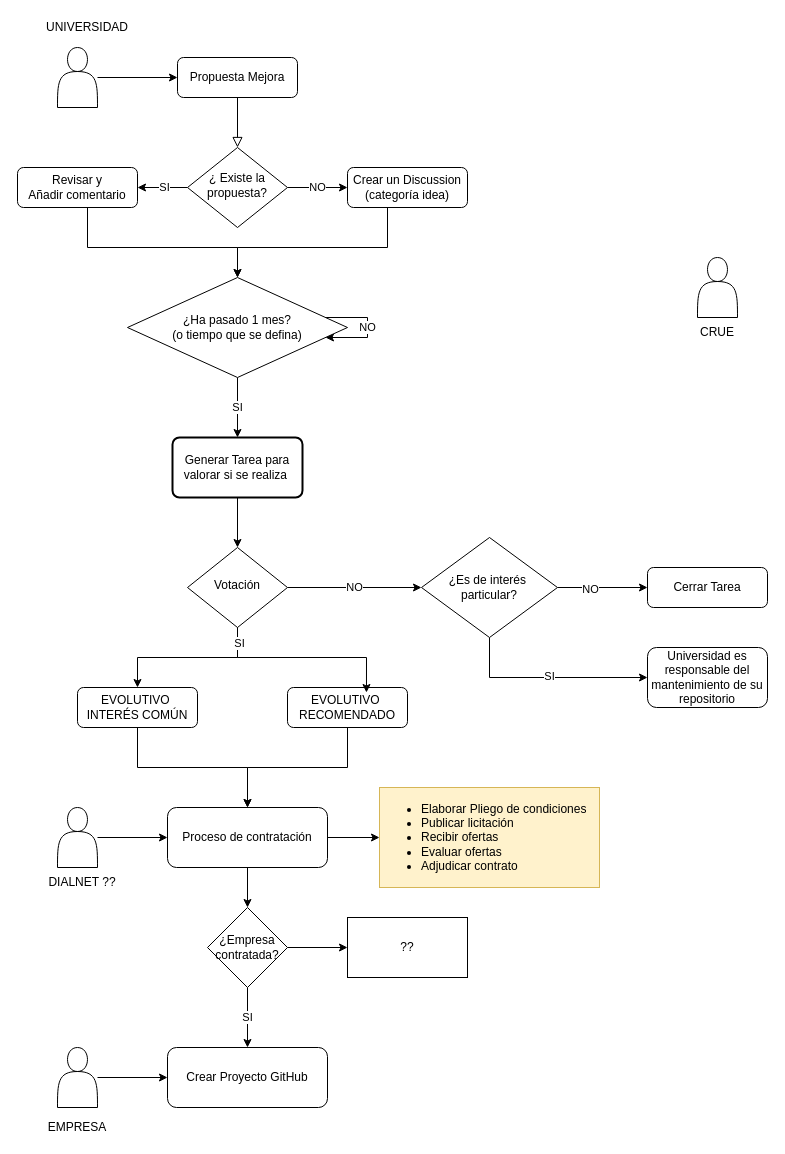
Before: docs/usuario/SugerenciaMejora.drawio in dialrepo/Hercules_SGI, a draw.io diagram. Source tidied: cells renumbered, new cells numbered last; positions are measured from the earlier drawing's top-left corner, leaving out a move shared by most shapes. Both pictures are drawn from the tidied source at 100%, with x=0, y=0 at pixel (17, 17).
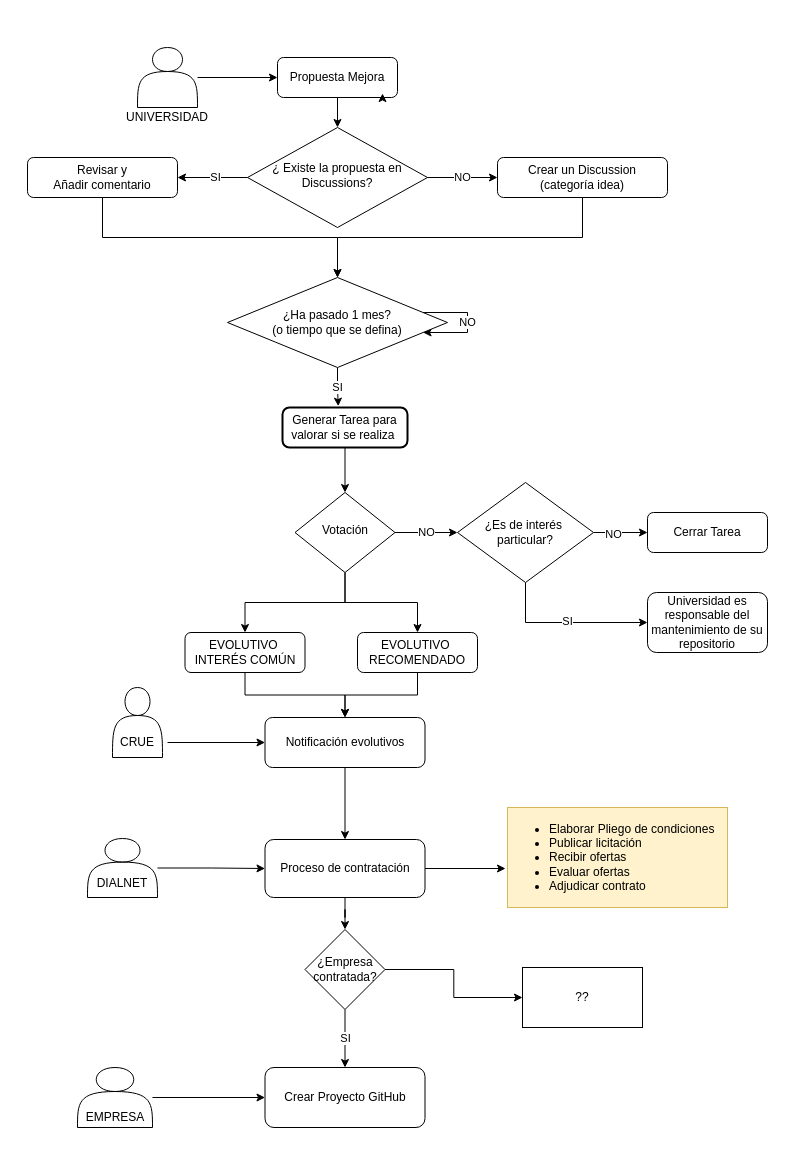
Above is the later version.

The edit, as a diff of the source:
```diff
@@
-    <mxCell id="2" style="rounded=0;html=1;jettySize=auto;fontSize=11;endArrow=block;endFill=0;endSize=8;strokeWidth=1;shadow=0;labelBackgroundColor=none;edgeStyle=orthogonalEdgeStyle;" parent="1" edge="1" source="3" target="7">
+    <mxCell id="2" style="edgeStyle=orthogonalEdgeStyle;rounded=0;jettySize=auto;html=1;" parent="1" edge="1" source="3" target="7">
       <mxGeometry relative="1" as="geometry" />
     </mxCell>
     <mxCell id="3" value="Propuesta Mejora" style="rounded=1;whiteSpace=wrap;html=1;fontSize=12;glass=0;strokeWidth=1;shadow=0;" parent="1" vertex="1">
-      <mxGeometry x="160" y="40" width="120" height="40" as="geometry" />
+      <mxGeometry x="260" y="40" width="120" height="40" as="geometry" />
     </mxCell>
@@
-    <mxCell id="7" value="¿ Existe la propuesta?" style="rhombus;whiteSpace=wrap;html=1;shadow=0;fontFamily=Helvetica;fontSize=12;align=center;strokeWidth=1;spacing=6;spacingTop=-4;" parent="1" vertex="1">
-      <mxGeometry x="170" y="130" width="100" height="80" as="geometry" />
+    <mxCell id="7" value="¿ Existe la propuesta en&lt;div&gt;Discussions?&lt;/div&gt;" style="rhombus;whiteSpace=wrap;html=1;shadow=0;fontFamily=Helvetica;fontSize=12;align=center;strokeWidth=1;spacing=6;spacingTop=-4;" parent="1" vertex="1">
+      <mxGeometry x="230" y="110" width="180" height="100" as="geometry" />
     </mxCell>
+    <mxCell id="20" style="edgeStyle=orthogonalEdgeStyle;rounded=0;jettySize=auto;html=1;" parent="1" edge="1" source="8" target="23">
+      <mxGeometry relative="1" as="geometry">
+        <Array as="points">
+          <mxPoint x="565" y="220" />
+          <mxPoint x="320" y="220" />
+        </Array>
+      </mxGeometry>
+    </mxCell>
     <mxCell id="8" value="Crear un Discussion&lt;div&gt;(categoría idea)&lt;/div&gt;" style="rounded=1;whiteSpace=wrap;html=1;fontSize=12;glass=0;strokeWidth=1;shadow=0;" parent="1" vertex="1">
-      <mxGeometry x="330" y="150" width="120" height="40" as="geometry" />
+      <mxGeometry x="480" y="140" width="170" height="40" as="geometry" />
     </mxCell>
@@
+    <mxCell id="28" style="edgeStyle=orthogonalEdgeStyle;rounded=0;jettySize=auto;html=1;" parent="1" edge="1" source="11" target="27">
+      <mxGeometry relative="1" as="geometry" />
+    </mxCell>
     <mxCell id="11" value="Votación" style="rhombus;whiteSpace=wrap;html=1;shadow=0;fontFamily=Helvetica;fontSize=12;align=center;strokeWidth=1;spacing=6;spacingTop=-4;" parent="1" vertex="1">
-      <mxGeometry x="170" y="530" width="100" height="80" as="geometry" />
+      <mxGeometry x="277.5" y="475" width="100" height="80" as="geometry" />
     </mxCell>
-    <mxCell id="12" style="edgeStyle=orthogonalEdgeStyle;rounded=0;jettySize=auto;html=1;entryX=0.5;entryY=0;entryDx=0;entryDy=0;" parent="1" edge="1" source="13" target="38">
-      <mxGeometry relative="1" as="geometry" />
-    </mxCell>
+    <mxCell id="53" style="edgeStyle=orthogonalEdgeStyle;rounded=0;jettySize=auto;html=1;" parent="1" edge="1" source="13" target="56">
+      <mxGeometry relative="1" as="geometry" />
+    </mxCell>
     <mxCell id="13" value="EVOLUTIVO&amp;nbsp;&lt;div&gt;INTERÉS COMÚN&lt;/div&gt;" style="rounded=1;whiteSpace=wrap;html=1;fontSize=12;glass=0;strokeWidth=1;shadow=0;" parent="1" vertex="1">
-      <mxGeometry x="60" y="670" width="120" height="40" as="geometry" />
+      <mxGeometry x="167.5" y="615" width="120" height="40" as="geometry" />
     </mxCell>
     <mxCell id="14" value="Cerrar Tarea" style="rounded=1;whiteSpace=wrap;html=1;fontSize=12;glass=0;strokeWidth=1;shadow=0;" parent="1" vertex="1">
-      <mxGeometry x="630" y="550" width="120" height="40" as="geometry" />
+      <mxGeometry x="630" y="495" width="120" height="40" as="geometry" />
     </mxCell>
@@
-    <mxCell id="16" style="shape=actor;whiteSpace=wrap;html=1;" parent="1" vertex="1">
-      <mxGeometry x="40" y="30" width="40" height="60" as="geometry" />
-    </mxCell>
-    <mxCell id="17" value="UNIVERSIDAD" style="text;html=1;strokeColor=none;fillColor=none;align=center;verticalAlign=middle;whiteSpace=wrap;overflow=hidden;" parent="1" vertex="1">
-      <mxGeometry x="20" width="100" height="20" as="geometry" />
-    </mxCell>
-    <mxCell id="18" style="edgeStyle=orthogonalEdgeStyle;rounded=0;jettySize=auto;html=1;" parent="1" edge="1" source="19" target="23">
+    <mxCell id="18" style="edgeStyle=orthogonalEdgeStyle;rounded=0;jettySize=auto;html=1;entryX=0.5;entryY=0;entryDx=0;entryDy=0;" parent="1" edge="1" source="19" target="23">
       <mxGeometry relative="1" as="geometry">
         <Array as="points">
-          <mxPoint x="70" y="230" />
-          <mxPoint x="220" y="230" />
+          <mxPoint x="85" y="220" />
+          <mxPoint x="320" y="220" />
         </Array>
       </mxGeometry>
     </mxCell>
     <mxCell id="19" value="Revisar y&lt;div&gt;Añadir comentario&lt;/div&gt;" style="rounded=1;whiteSpace=wrap;html=1;fontSize=12;glass=0;strokeWidth=1;shadow=0;" parent="1" vertex="1">
-      <mxGeometry y="150" width="120" height="40" as="geometry" />
+      <mxGeometry x="10" y="140" width="150" height="40" as="geometry" />
     </mxCell>
-    <mxCell id="20" style="edgeStyle=orthogonalEdgeStyle;rounded=0;jettySize=auto;html=1;entryX=0.5;entryY=0;entryDx=0;entryDy=0;exitX=0.5;exitY=1;exitDx=0;exitDy=0;" parent="1" edge="1" source="8" target="23">
-      <mxGeometry relative="1" as="geometry">
-        <Array as="points">
-          <mxPoint x="370" y="190" />
-          <mxPoint x="370" y="230" />
-          <mxPoint x="220" y="230" />
-        </Array>
-      </mxGeometry>
-    </mxCell>
@@
-    <mxCell id="22" value="SI" style="edgeStyle=orthogonalEdgeStyle;rounded=0;jettySize=auto;html=1;" parent="1" edge="1" source="23" target="25">
+    <mxCell id="22" value="SI" style="edgeStyle=orthogonalEdgeStyle;rounded=0;jettySize=auto;html=1;entryX=0.446;entryY=-0.033;entryDx=0;entryDy=0;entryPerimeter=0;" parent="1" edge="1" source="23" target="25">
       <mxGeometry relative="1" as="geometry" />
     </mxCell>
     <mxCell id="23" value="¿Ha pasado 1 mes?&lt;div&gt;(o tiempo que se defina)&lt;/div&gt;" style="rhombus;whiteSpace=wrap;html=1;" parent="1" vertex="1">
-      <mxGeometry x="110" y="260" width="220" height="100" as="geometry" />
+      <mxGeometry x="210" y="260" width="220" height="90" as="geometry" />
     </mxCell>
-    <mxCell id="24" style="edgeStyle=orthogonalEdgeStyle;rounded=0;jettySize=auto;html=1;" parent="1" edge="1" source="25" target="11">
+    <mxCell id="24" style="edgeStyle=orthogonalEdgeStyle;rounded=0;jettySize=auto;html=1;entryX=0.5;entryY=0;entryDx=0;entryDy=0;" parent="1" edge="1" source="25" target="11">
       <mxGeometry relative="1" as="geometry" />
     </mxCell>
     <mxCell id="25" value="Generar Tarea para valorar si se realiza&amp;nbsp;" style="rounded=1;whiteSpace=wrap;html=1;absoluteArcSize=1;arcSize=14;strokeWidth=2;" parent="1" vertex="1">
-      <mxGeometry x="155" y="420" width="130" height="60" as="geometry" />
+      <mxGeometry x="265" y="390" width="125" height="40" as="geometry" />
     </mxCell>
-    <mxCell id="26" style="edgeStyle=orthogonalEdgeStyle;rounded=0;jettySize=auto;html=1;entryX=0.5;entryY=0;entryDx=0;entryDy=0;" parent="1" edge="1" source="27" target="38">
-      <mxGeometry relative="1" as="geometry" />
-    </mxCell>
+    <mxCell id="54" style="edgeStyle=orthogonalEdgeStyle;rounded=0;jettySize=auto;html=1;entryX=0.5;entryY=0;entryDx=0;entryDy=0;" parent="1" edge="1" source="27" target="56">
+      <mxGeometry relative="1" as="geometry" />
+    </mxCell>
     <mxCell id="27" value="EVOLUTIVO&amp;nbsp;&lt;div&gt;RECOMENDADO&lt;/div&gt;" style="rounded=1;whiteSpace=wrap;html=1;fontSize=12;glass=0;strokeWidth=1;shadow=0;" parent="1" vertex="1">
-      <mxGeometry x="270" y="670" width="120" height="40" as="geometry" />
+      <mxGeometry x="340" y="615" width="120" height="40" as="geometry" />
     </mxCell>
-    <mxCell id="28" style="edgeStyle=orthogonalEdgeStyle;rounded=0;jettySize=auto;html=1;exitX=0.5;exitY=1;exitDx=0;exitDy=0;entryX=0.658;entryY=0.125;entryDx=0;entryDy=0;entryPerimeter=0;" parent="1" edge="1" source="11" target="27">
-      <mxGeometry relative="1" as="geometry" />
-    </mxCell>
-    <mxCell id="29" value="SI" style="edgeLabel;html=1;align=center;verticalAlign=middle;" parent="28" vertex="1">
-      <mxGeometry x="-0.85" y="1" relative="1" as="geometry" />
-    </mxCell>
@@
     <mxCell id="34" value="¿Es de interés&amp;nbsp;&lt;div&gt;particular?&lt;/div&gt;" style="rhombus;whiteSpace=wrap;html=1;" parent="1" vertex="1">
-      <mxGeometry x="404" y="520" width="136" height="100" as="geometry" />
+      <mxGeometry x="440" y="465" width="136" height="100" as="geometry" />
     </mxCell>
     <mxCell id="35" value="Universidad es&lt;div&gt;responsable del mantenimiento de su repositorio&lt;/div&gt;" style="rounded=1;whiteSpace=wrap;html=1;fontSize=12;glass=0;strokeWidth=1;shadow=0;" parent="1" vertex="1">
-      <mxGeometry x="630" y="630" width="120" height="60" as="geometry" />
+      <mxGeometry x="630" y="575" width="120" height="60" as="geometry" />
     </mxCell>
-    <mxCell id="36" style="edgeStyle=orthogonalEdgeStyle;rounded=0;jettySize=auto;html=1;" parent="1" edge="1" source="38" target="43">
-      <mxGeometry relative="1" as="geometry" />
-    </mxCell>
@@
     <mxCell id="38" value="Proceso de contratación" style="rounded=1;whiteSpace=wrap;html=1;" parent="1" vertex="1">
-      <mxGeometry x="150" y="790" width="160" height="60" as="geometry" />
+      <mxGeometry x="247.5" y="822" width="160" height="58" as="geometry" />
     </mxCell>
     <mxCell id="39" value="Crear Proyecto GitHub" style="rounded=1;whiteSpace=wrap;html=1;" parent="1" vertex="1">
-      <mxGeometry x="150" y="1030" width="160" height="60" as="geometry" />
+      <mxGeometry x="247.5" y="1050" width="160" height="60" as="geometry" />
     </mxCell>
@@
-    <mxCell id="41" style="shape=actor;whiteSpace=wrap;html=1;" parent="1" vertex="1">
-      <mxGeometry x="40" y="790" width="40" height="60" as="geometry" />
-    </mxCell>
-    <mxCell id="42" value="DIALNET ??" style="text;html=1;align=center;verticalAlign=middle;whiteSpace=wrap;rounded=0;" parent="1" vertex="1">
-      <mxGeometry x="20" y="850" width="90" height="30" as="geometry" />
-    </mxCell>
     <mxCell id="43" value="&lt;ul&gt;&lt;li&gt;Elaborar Pliego de condiciones&lt;/li&gt;&lt;li&gt;Publicar licitación&lt;/li&gt;&lt;li&gt;Recibir ofertas&lt;/li&gt;&lt;li&gt;Evaluar ofertas&lt;/li&gt;&lt;li&gt;Adjudicar contrato&lt;/li&gt;&lt;/ul&gt;" style="text;strokeColor=#d6b656;fillColor=#fff2cc;html=1;whiteSpace=wrap;verticalAlign=middle;overflow=hidden;" parent="1" vertex="1">
-      <mxGeometry x="362" y="770" width="220" height="100" as="geometry" />
+      <mxGeometry x="490" y="790" width="220" height="100" as="geometry" />
     </mxCell>
@@
     <mxCell id="46" value="¿Empresa contratada?" style="rhombus;whiteSpace=wrap;html=1;" parent="1" vertex="1">
-      <mxGeometry x="190" y="890" width="80" height="80" as="geometry" />
+      <mxGeometry x="287.5" y="912" width="80" height="80" as="geometry" />
     </mxCell>
@@
+    <mxCell id="52" value="??" style="whiteSpace=wrap;html=1;" parent="1" vertex="1">
+      <mxGeometry x="505" y="950" width="120" height="60" as="geometry" />
+    </mxCell>
+    <mxCell id="55" style="edgeStyle=orthogonalEdgeStyle;rounded=0;jettySize=auto;html=1;exitX=0.5;exitY=1;exitDx=0;exitDy=0;entryX=0.5;entryY=0;entryDx=0;entryDy=0;" parent="1" edge="1" source="56" target="38">
+      <mxGeometry relative="1" as="geometry" />
+    </mxCell>
+    <mxCell id="56" value="Notificación evolutivos" style="rounded=1;whiteSpace=wrap;html=1;" parent="1" vertex="1">
+      <mxGeometry x="247.5" y="700" width="160" height="50" as="geometry" />
+    </mxCell>
+    <mxCell id="57" style="group;" parent="1" vertex="1">
+      <mxGeometry x="95" y="670" width="60" height="70" as="geometry" />
+    </mxCell>
+    <mxCell id="50" style="shape=actor;whiteSpace=wrap;html=1;" parent="57" vertex="1">
+      <mxGeometry width="50" height="70" as="geometry" />
+    </mxCell>
+    <mxCell id="51" value="CRUE" style="text;html=1;align=center;verticalAlign=middle;whiteSpace=wrap;rounded=0;" parent="57" vertex="1">
+      <mxGeometry x="-5" y="40" width="60" height="30" as="geometry" />
+    </mxCell>
+    <mxCell id="58" style="edgeStyle=orthogonalEdgeStyle;rounded=0;orthogonalLoop=1;jettySize=auto;html=1;exitX=0.75;exitY=1;exitDx=0;exitDy=0;entryX=0.875;entryY=0.9;entryDx=0;entryDy=0;entryPerimeter=0;" parent="1" edge="1" source="3" target="3">
+      <mxGeometry relative="1" as="geometry" />
+    </mxCell>
+    <mxCell id="59" style="edgeStyle=orthogonalEdgeStyle;rounded=0;orthogonalLoop=1;jettySize=auto;html=1;exitX=0.5;exitY=1;exitDx=0;exitDy=0;" parent="1" edge="1" source="25" target="25">
+      <mxGeometry relative="1" as="geometry" />
+    </mxCell>
+    <mxCell id="60" style="edgeStyle=orthogonalEdgeStyle;rounded=0;jettySize=auto;html=1;entryX=0;entryY=0.5;entryDx=0;entryDy=0;" parent="1" edge="1" source="51" target="56">
+      <mxGeometry relative="1" as="geometry" />
+    </mxCell>
+    <mxCell id="36" style="edgeStyle=orthogonalEdgeStyle;rounded=0;jettySize=auto;html=1;entryX=-0.009;entryY=0.61;entryDx=0;entryDy=0;entryPerimeter=0;" parent="1" edge="1" source="38" target="43">
+      <mxGeometry relative="1" as="geometry" />
+    </mxCell>
+    <mxCell id="61" style="group;" parent="1" vertex="1">
+      <mxGeometry x="60" y="821" width="90" height="60" as="geometry" />
+    </mxCell>
+    <mxCell id="41" style="shape=actor;whiteSpace=wrap;html=1;" parent="61" vertex="1">
+      <mxGeometry x="10" width="70" height="59" as="geometry" />
+    </mxCell>
+    <mxCell id="42" value="DIALNET" style="text;html=1;align=center;verticalAlign=middle;whiteSpace=wrap;rounded=0;" parent="61" vertex="1">
+      <mxGeometry y="30" width="90" height="30" as="geometry" />
+    </mxCell>
+    <mxCell id="62" style="group;" parent="1" vertex="1">
+      <mxGeometry x="47.5" y="1050" width="100" height="60" as="geometry" />
+    </mxCell>
-    <mxCell id="48" style="shape=actor;whiteSpace=wrap;html=1;" parent="1" vertex="1">
-      <mxGeometry x="40" y="1030" width="40" height="60" as="geometry" />
+    <mxCell id="48" style="shape=actor;whiteSpace=wrap;html=1;" parent="62" vertex="1">
+      <mxGeometry x="12.5" width="75" height="60" as="geometry" />
     </mxCell>
-    <mxCell id="49" value="EMPRESA" style="text;html=1;align=center;verticalAlign=middle;whiteSpace=wrap;rounded=0;" parent="1" vertex="1">
-      <mxGeometry x="10" y="1100" width="100" height="20" as="geometry" />
+    <mxCell id="49" value="EMPRESA" style="text;html=1;align=center;verticalAlign=middle;whiteSpace=wrap;rounded=0;" parent="62" vertex="1">
+      <mxGeometry y="40" width="100" height="20" as="geometry" />
     </mxCell>
-    <mxCell id="50" style="shape=actor;whiteSpace=wrap;html=1;" parent="1" vertex="1">
-      <mxGeometry x="680" y="240" width="40" height="60" as="geometry" />
-    </mxCell>
-    <mxCell id="51" value="CRUE" style="text;html=1;align=center;verticalAlign=middle;whiteSpace=wrap;rounded=0;" parent="1" vertex="1">
-      <mxGeometry x="670" y="300" width="60" height="30" as="geometry" />
-    </mxCell>
-    <mxCell id="52" value="??" style="whiteSpace=wrap;html=1;" parent="1" vertex="1">
-      <mxGeometry x="330" y="900" width="120" height="60" as="geometry" />
-    </mxCell>
+    <mxCell id="63" style="group;" parent="1" vertex="1">
+      <mxGeometry x="100" y="30" width="100" height="80" as="geometry" />
+    </mxCell>
+    <mxCell id="16" style="shape=actor;whiteSpace=wrap;html=1;" parent="63" vertex="1">
+      <mxGeometry x="20" width="60" height="60" as="geometry" />
+    </mxCell>
+    <mxCell id="17" value="UNIVERSIDAD" style="text;html=1;strokeColor=none;fillColor=none;align=center;verticalAlign=middle;whiteSpace=wrap;overflow=hidden;" parent="63" vertex="1">
+      <mxGeometry y="60" width="100" height="20" as="geometry" />
+    </mxCell>
```
